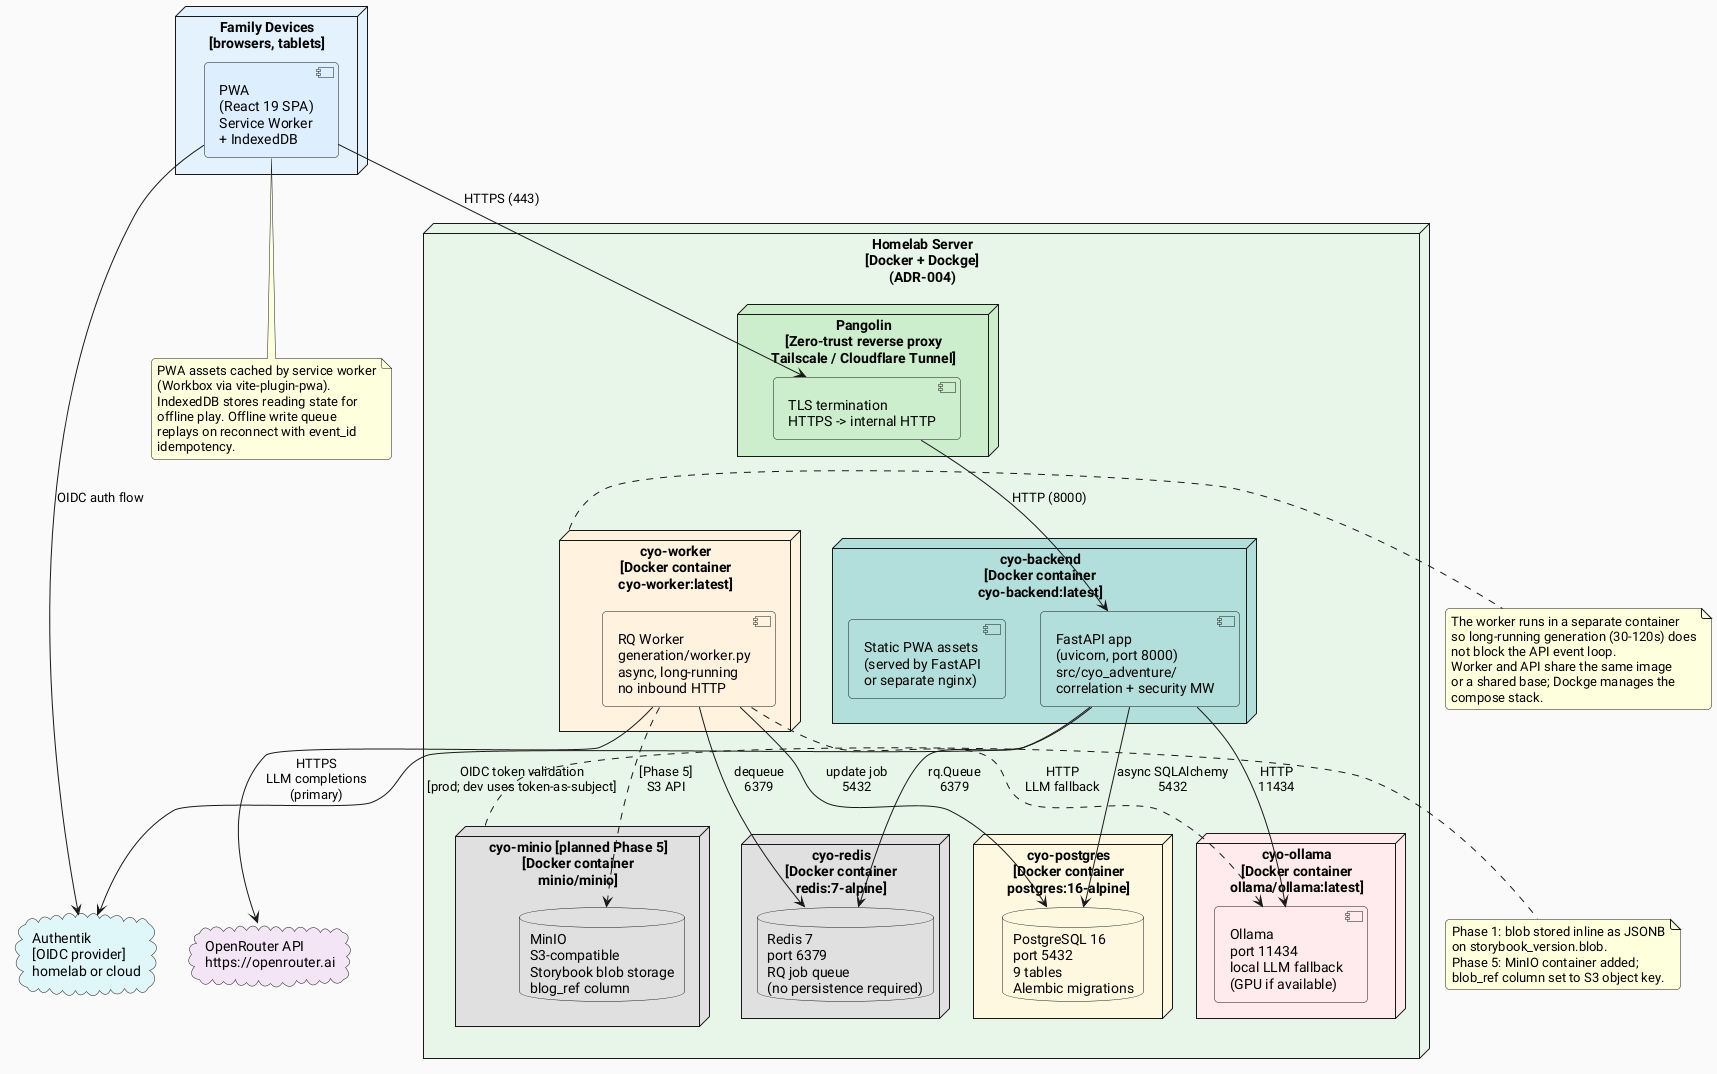
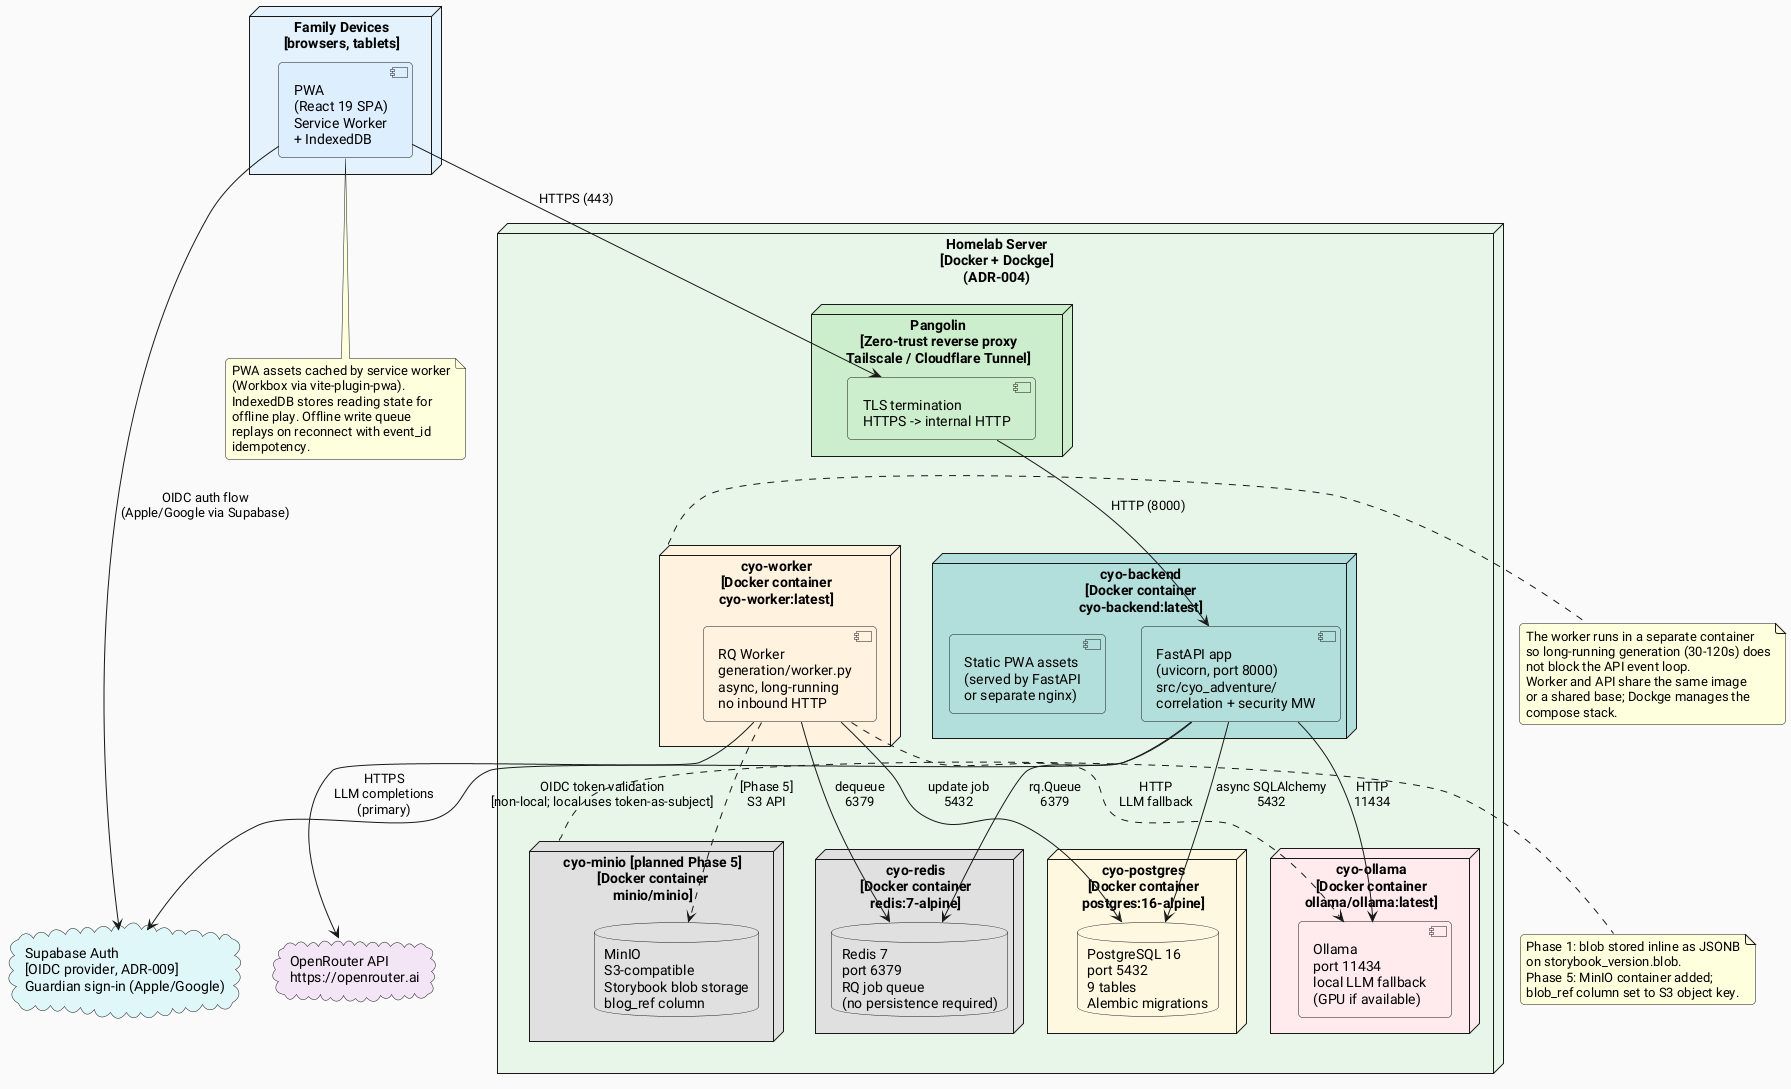
@startuml deployment
' ============================================================
' Deployment View: Homelab-first Docker deployment
' CYO Adventure
'
' Source files:
'   docs/planning/adr/adr-004-homelab-first-deployment.md
+ '   docs/planning/adr/adr-009-supabase-platform.md (Supabase OIDC replaces Authentik as app IdP)
'   docs/planning/tech-spec.md  (Infrastructure section)
- '   CLAUDE.md (Docker, Pangolin zero-trust, Authentik, Dockge)
+ '   CLAUDE.md (Docker, Pangolin zero-trust, Dockge)
'
' Note: MinIO shown as planned (deferred Phase 5).
+ ' Note: homelab Authentik keeps its existing internal homelab-service roles
+ ' (ADR-009) but is no longer the app's OIDC identity provider. All app
+ ' principals, guardians and the global admin approver alike, authenticate
+ ' via Supabase OIDC (the admin is a Supabase identity with is_admin), shown below.
' ============================================================

skinparam defaultFontName "Roboto"
skinparam backgroundColor #FAFAFA
skinparam roundCorner 8

node "Family Devices\n[browsers, tablets]" as devices #E3F2FD {
  component "PWA\n(React 19 SPA)\nService Worker\n+ IndexedDB" as pwa_client #DDEEFF
}

cloud "OpenRouter API\nhttps://openrouter.ai" as openrouter_cloud #F3E5F5
- cloud "Authentik\n[OIDC provider]\nhomelab or cloud" as authentik_cloud #E0F7FA
+ cloud "Supabase Auth\n[OIDC provider, ADR-009]\nGuardian sign-in (Apple/Google)" as supabase_cloud #E0F7FA

node "Homelab Server\n[Docker + Dockge]\n(ADR-004)" as homelab #E8F5E9 {

  node "Pangolin\n[Zero-trust reverse proxy\nTailscale / Cloudflare Tunnel]" as pangolin #CCEECC {
    component "TLS termination\nHTTPS -> internal HTTP" as tls #CCEECC
  }

  node "cyo-backend\n[Docker container\ncyo-backend:latest]" as backend_container #B2DFDB {
    component "FastAPI app\n(uvicorn, port 8000)\nsrc/cyo_adventure/\ncorrelation + security MW" as fastapi_app #B2DFDB
    component "Static PWA assets\n(served by FastAPI\nor separate nginx)" as static_assets #B2DFDB
  }

  node "cyo-worker\n[Docker container\ncyo-worker:latest]" as worker_container #FFF3E0 {
    component "RQ Worker\ngeneration/worker.py\nasync, long-running\nno inbound HTTP" as rq_worker #FFF3E0
  }

  node "cyo-postgres\n[Docker container\npostgres:16-alpine]" as postgres_container #FFF8E1 {
    database "PostgreSQL 16\nport 5432\n9 tables\nAlembic migrations" as pg_db #FFF8E1
  }

  node "cyo-redis\n[Docker container\nredis:7-alpine]" as redis_container #E0E0E0 {
    database "Redis 7\nport 6379\nRQ job queue\n(no persistence required)" as redis_db #E0E0E0
  }

  node "cyo-ollama\n[Docker container\nollama/ollama:latest]" as ollama_container #FFEBEE {
    component "Ollama\nport 11434\nlocal LLM fallback\n(GPU if available)" as ollama_svc #FFEBEE
  }

  node "cyo-minio [planned Phase 5]\n[Docker container\nminio/minio]" as minio_container #E0E0E0 {
    database "MinIO\nS3-compatible\nStorybook blob storage\nblog_ref column" as minio_db #E0E0E0
  }

}

' --- Network flows ---
pwa_client --> tls : "HTTPS (443)"
tls --> fastapi_app : "HTTP (8000)"
fastapi_app --> pg_db : "async SQLAlchemy\n5432"
fastapi_app --> redis_db : "rq.Queue\n6379"
fastapi_app --> ollama_svc : "HTTP\n11434"
rq_worker --> redis_db : "dequeue\n6379"
rq_worker --> pg_db : "update job\n5432"
rq_worker --> openrouter_cloud : "HTTPS\nLLM completions\n(primary)"
rq_worker ..> ollama_svc : "HTTP\nLLM fallback"
rq_worker ..> minio_db : "[Phase 5]\nS3 API"
- pwa_client --> authentik_cloud : "OIDC auth flow"
- fastapi_app --> authentik_cloud : "OIDC token validation\n[prod; dev uses token-as-subject]"
+ pwa_client --> supabase_cloud : "OIDC auth flow\n(Apple/Google via Supabase)"
+ fastapi_app --> supabase_cloud : "OIDC token validation\n[non-local; local uses token-as-subject]"

note right of worker_container
  The worker runs in a separate container
  so long-running generation (30-120s) does
  not block the API event loop.
  Worker and API share the same image
  or a shared base; Dockge manages the
  compose stack.
end note

note right of minio_container
  Phase 1: blob stored inline as JSONB
  on storybook_version.blob.
  Phase 5: MinIO container added;
  blob_ref column set to S3 object key.
end note

note bottom of pwa_client
  PWA assets cached by service worker
  (Workbox via vite-plugin-pwa).
  IndexedDB stores reading state for
  offline play. Offline write queue
  replays on reconnect with event_id
  idempotency.
end note

@enduml
